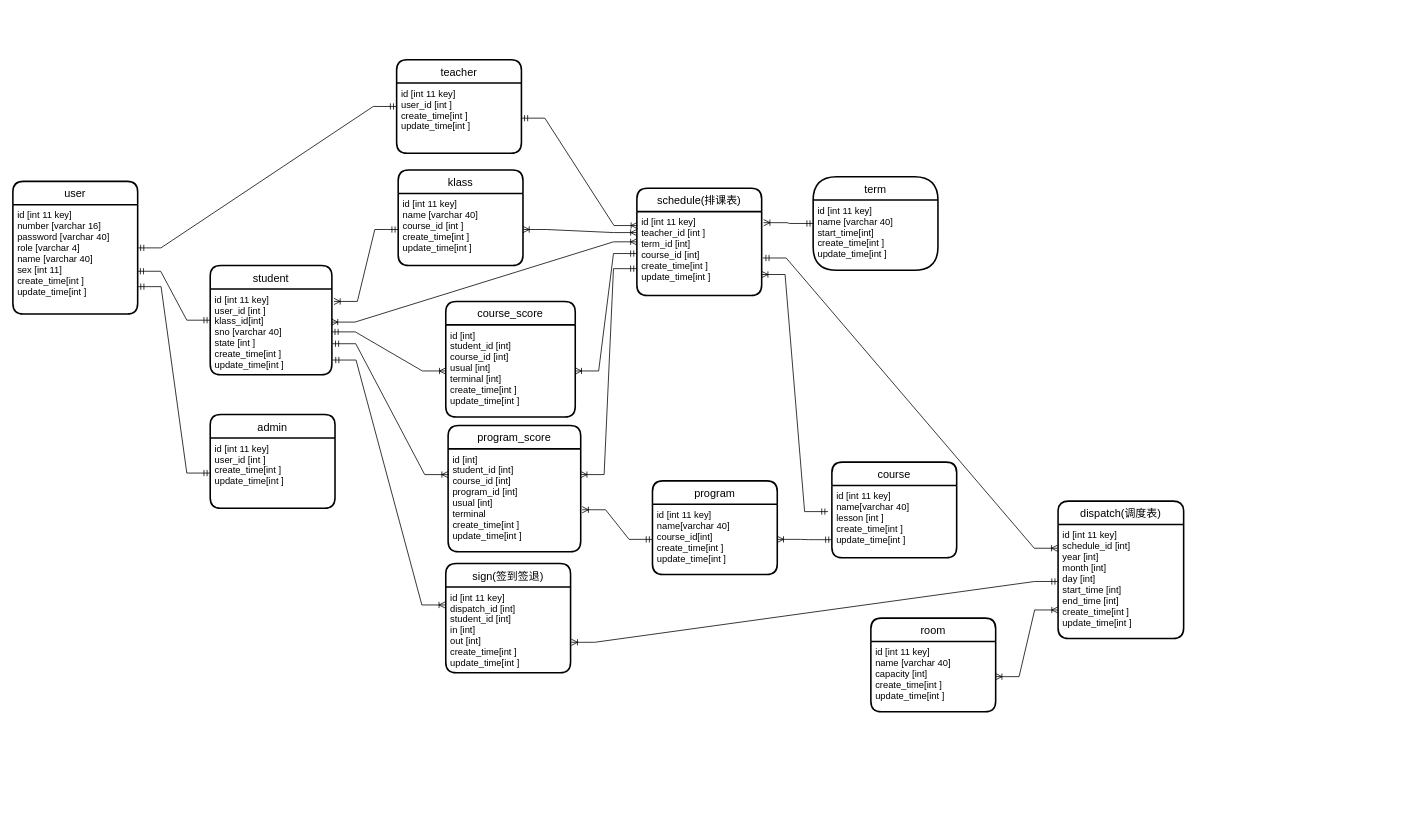
This is document/ER.drawio from mengyunzhi/sign-in-through-code-scanning, a draw.io file, before an edit. Source tidied: cells renumbered, new cells numbered last; positions are measured from the earlier drawing's top-left corner, leaving out a move shared by most shapes. Both pictures are drawn from the tidied source at 78%, with x=0, y=0 at pixel (12, 59).
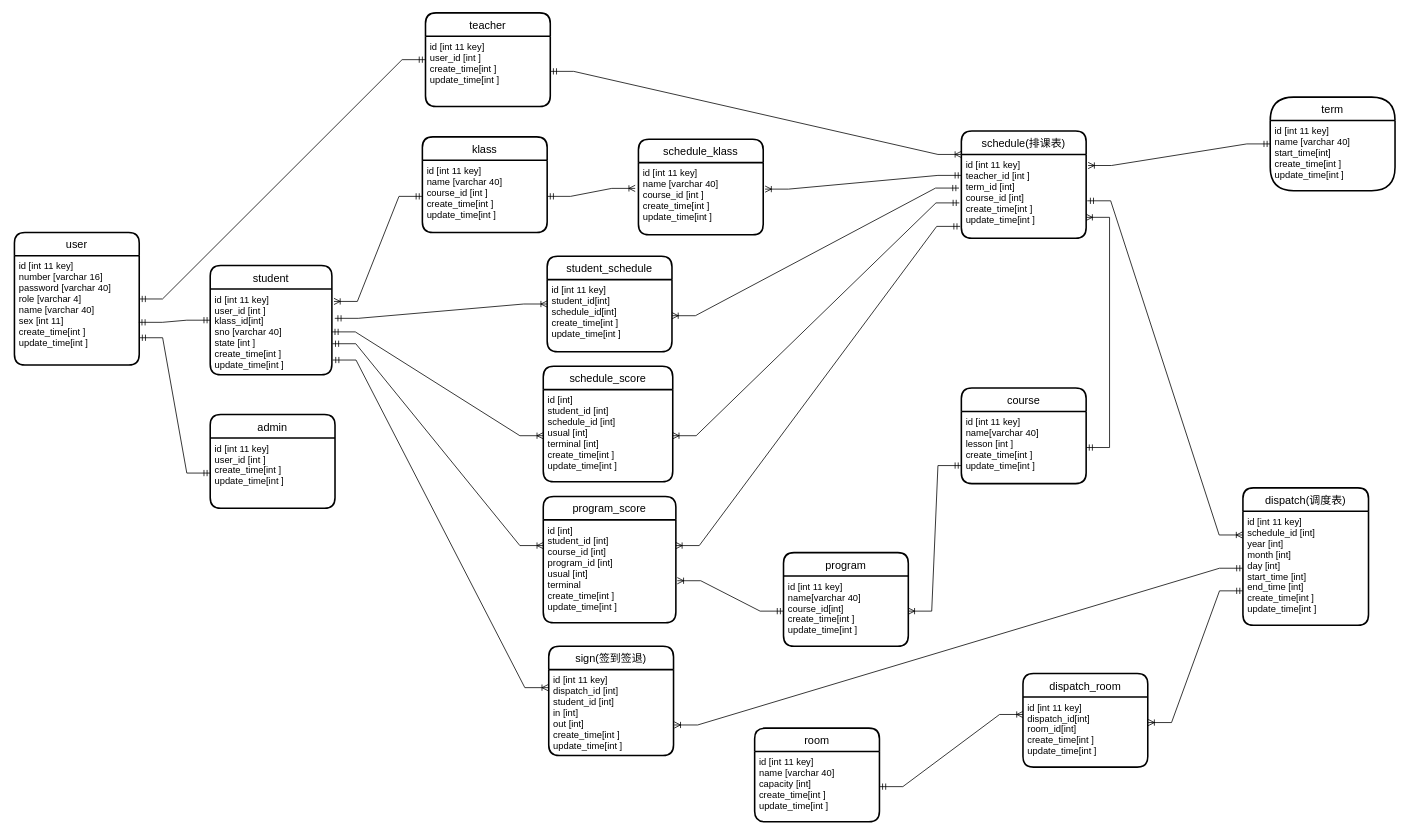
After the change.

Unchanged cells that the change refers to:
```xml
<mxCell id="5" value="id [int 11 key]&#10;name [varchar 40]&#10;course_id [int ]&#10;create_time[int ]&#10;update_time[int ]&#10;&#10;&#10;" style="align=left;strokeColor=none;fillColor=none;spacingLeft=4;fontSize=12;verticalAlign=top;" parent="4" vertex="1">
  <mxGeometry y="30" width="160" height="92.5" as="geometry" />
</mxCell>
<mxCell id="9" value="id [int 11 key]&#10;user_id [int ]&#10;create_time[int ]&#10;update_time[int ]&#10;&#10;&#10;" style="align=left;strokeColor=none;fillColor=none;spacingLeft=4;fontSize=12;verticalAlign=top;" parent="8" vertex="1">
  <mxGeometry y="30" width="160" height="90" as="geometry" />
</mxCell>
<mxCell id="11" value="id [int 11 key]&#10;name [varchar 40]&#10;capacity [int]&#10;create_time[int ]&#10;update_time[int ]&#10;&#10;&#10;" style="align=left;strokeColor=none;fillColor=none;spacingLeft=4;fontSize=12;verticalAlign=top;" parent="10" vertex="1">
  <mxGeometry y="30" width="160" height="90" as="geometry" />
</mxCell>
<mxCell id="13" value="id [int 11 key]&#10;user_id [int ]&#10;klass_id[int]&#10;sno [varchar 40]&#10;state [int ]&#10;create_time[int ]&#10;update_time[int ]&#10;&#10;&#10;" style="align=left;strokeColor=none;fillColor=none;spacingLeft=4;fontSize=12;verticalAlign=top;" parent="12" vertex="1">
  <mxGeometry y="30" width="156" height="110" as="geometry" />
</mxCell>
<mxCell id="17" value="id [int 11 key]&#10;teacher_id [int ]&#10;term_id [int]&#10;course_id [int]&#10;create_time[int ]&#10;update_time[int ]&#10;&#10;&#10;" style="align=left;strokeColor=none;fillColor=none;spacingLeft=4;fontSize=12;verticalAlign=top;" parent="16" vertex="1">
  <mxGeometry y="30" width="160" height="107.5" as="geometry" />
</mxCell>
<mxCell id="19" value="id [int 11 key]&#10;name[varchar 40]&#10;lesson [int ]&#10;create_time[int ]&#10;update_time[int ]&#10;&#10;&#10;" style="align=left;strokeColor=none;fillColor=none;spacingLeft=4;fontSize=12;verticalAlign=top;" parent="18" vertex="1">
  <mxGeometry y="30" width="160" height="92.5" as="geometry" />
</mxCell>
<mxCell id="21" value="id [int 11 key]&#10;schedule_id [int]&#10;year [int]&#10;month [int]&#10;day [int]&#10;start_time [int]&#10;end_time [int]&#10;create_time[int ]&#10;update_time[int ]" style="align=left;strokeColor=none;fillColor=none;spacingLeft=4;fontSize=12;verticalAlign=top;" parent="20" vertex="1">
  <mxGeometry y="30" width="161" height="146" as="geometry" />
</mxCell>
<mxCell id="36" value="id [int]&#10;student_id [int]&#10;course_id [int]&#10;program_id [int]&#10;usual [int]&#10;terminal&#10;create_time[int ]&#10;update_time[int ]&#10;" style="align=left;strokeColor=none;fillColor=none;spacingLeft=4;fontSize=12;verticalAlign=top;" parent="35" vertex="1">
  <mxGeometry y="30" width="170" height="131.8" as="geometry" />
</mxCell>
```

What changed in the source:
```diff
@@
     <mxCell id="2" value="user" style="swimlane;horizontal=1;startSize=30;rounded=1;fontSize=14;fontStyle=0;strokeWidth=2;shadow=0;dashed=0;align=center;" parent="1" vertex="1">
-      <mxGeometry y="156" width="160" height="170" as="geometry" />
+      <mxGeometry x="2" y="221.5" width="160" height="170" as="geometry" />
     </mxCell>
@@
     <mxCell id="4" value="klass" style="swimlane;horizontal=1;startSize=30;rounded=1;fontSize=14;fontStyle=0;strokeWidth=2;shadow=0;dashed=0;align=center;" parent="1" vertex="1">
-      <mxGeometry x="494" y="141.5" width="160" height="122.5" as="geometry" />
+      <mxGeometry x="525" y="99" width="160" height="122.5" as="geometry" />
     </mxCell>
@@
     <mxCell id="8" value="teacher" style="swimlane;horizontal=1;startSize=30;rounded=1;fontSize=14;fontStyle=0;strokeWidth=2;shadow=0;dashed=0;align=center;" parent="1" vertex="1">
-      <mxGeometry x="492" width="160" height="120" as="geometry" />
+      <mxGeometry x="529" y="-60" width="160" height="120" as="geometry" />
     </mxCell>
@@
     <mxCell id="10" value="room" style="swimlane;horizontal=1;startSize=30;rounded=1;fontSize=14;fontStyle=0;strokeWidth=2;shadow=0;dashed=0;align=center;" parent="1" vertex="1">
-      <mxGeometry x="1100" y="716" width="160" height="120" as="geometry" />
+      <mxGeometry x="951" y="857" width="160" height="120" as="geometry" />
     </mxCell>
@@
     <mxCell id="14" value="term" style="swimlane;horizontal=1;startSize=30;rounded=1;fontSize=14;fontStyle=0;strokeWidth=2;shadow=0;dashed=0;align=center;arcSize=50;" parent="1" vertex="1">
-      <mxGeometry x="1026" y="150" width="160" height="120" as="geometry" />
+      <mxGeometry x="1612" y="48" width="160" height="120" as="geometry" />
     </mxCell>
@@
     <mxCell id="16" value="schedule(排课表)" style="swimlane;horizontal=1;startSize=30;rounded=1;fontSize=14;fontStyle=0;strokeWidth=2;shadow=0;dashed=0;align=center;" parent="1" vertex="1">
-      <mxGeometry x="800" y="164.8" width="160" height="137.5" as="geometry" />
+      <mxGeometry x="1216" y="91.5" width="160" height="137.5" as="geometry" />
     </mxCell>
@@
     <mxCell id="18" value="course" style="swimlane;horizontal=1;startSize=30;rounded=1;fontSize=14;fontStyle=0;strokeWidth=2;shadow=0;dashed=0;align=center;" parent="1" vertex="1">
-      <mxGeometry x="1050" y="516" width="160" height="122.5" as="geometry" />
+      <mxGeometry x="1216" y="421" width="160" height="122.5" as="geometry" />
     </mxCell>
@@
     <mxCell id="20" value="dispatch(调度表)" style="swimlane;horizontal=1;startSize=30;rounded=1;fontSize=14;fontStyle=0;strokeWidth=2;shadow=0;dashed=0;align=center;" parent="1" vertex="1">
-      <mxGeometry x="1340" y="566" width="161" height="176" as="geometry" />
+      <mxGeometry x="1577" y="549" width="161" height="176" as="geometry" />
     </mxCell>
@@
     <mxCell id="25" value="program" style="swimlane;horizontal=1;startSize=30;rounded=1;fontSize=14;fontStyle=0;strokeWidth=2;shadow=0;dashed=0;align=center;" parent="1" vertex="1">
-      <mxGeometry x="820" y="540" width="160" height="120" as="geometry" />
+      <mxGeometry x="988" y="632" width="160" height="120" as="geometry" />
     </mxCell>
@@
-    <mxCell id="27" value="course_score" style="swimlane;horizontal=1;startSize=30;rounded=1;fontSize=14;fontStyle=0;strokeWidth=2;shadow=0;dashed=0;align=center;" parent="1" vertex="1">
-      <mxGeometry x="555" y="310" width="166" height="148.2" as="geometry" />
+    <mxCell id="27" value="schedule_score" style="swimlane;horizontal=1;startSize=30;rounded=1;fontSize=14;fontStyle=0;strokeWidth=2;shadow=0;dashed=0;align=center;" parent="1" vertex="1">
+      <mxGeometry x="680" y="393" width="166" height="148.2" as="geometry" />
     </mxCell>
-    <mxCell id="28" value="id [int]&#10;student_id [int]&#10;course_id [int]&#10;usual [int]&#10;terminal [int]&#10;create_time[int ]&#10;update_time[int ]&#10;" style="align=left;strokeColor=none;fillColor=none;spacingLeft=4;fontSize=12;verticalAlign=top;" parent="27" vertex="1">
+    <mxCell id="28" value="id [int]&#10;student_id [int]&#10;schedule_id [int]&#10;usual [int]&#10;terminal [int]&#10;create_time[int ]&#10;update_time[int ]&#10;" style="align=left;strokeColor=none;fillColor=none;spacingLeft=4;fontSize=12;verticalAlign=top;" parent="27" vertex="1">
       <mxGeometry y="30" width="166" height="118.2" as="geometry" />
     </mxCell>
-    <mxCell id="29" style="edgeStyle=entityRelationEdgeStyle;fontSize=12;html=1;endArrow=ERoneToMany;startArrow=ERmandOne;rounded=0;exitX=1;exitY=0.5;exitDx=0;exitDy=0;entryX=0.004;entryY=0.166;entryDx=0;entryDy=0;entryPerimeter=0;" parent="1" edge="1" source="9" target="17">
+    <mxCell id="29" style="edgeStyle=entityRelationEdgeStyle;fontSize=12;html=1;endArrow=ERoneToMany;startArrow=ERmandOne;rounded=0;entryX=0;entryY=0;entryDx=0;entryDy=0;" parent="1" edge="1" source="9" target="17">
       <mxGeometry relative="1" as="geometry" />
     </mxCell>
-    <mxCell id="30" style="edgeStyle=entityRelationEdgeStyle;fontSize=12;html=1;endArrow=ERoneToMany;startArrow=ERoneToMany;rounded=0;exitX=0.997;exitY=0.386;exitDx=0;exitDy=0;exitPerimeter=0;entryX=0;entryY=0.5;entryDx=0;entryDy=0;" parent="1" edge="1" source="13" target="16">
-      <mxGeometry relative="1" as="geometry" />
-    </mxCell>
@@
-    <mxCell id="32" style="edgeStyle=entityRelationEdgeStyle;fontSize=12;html=1;endArrow=ERoneToMany;startArrow=ERoneToMany;rounded=0;entryX=1;entryY=0.5;entryDx=0;entryDy=0;exitX=0;exitY=0.25;exitDx=0;exitDy=0;" parent="1" edge="1" source="17" target="5">
-      <mxGeometry relative="1" as="geometry" />
-    </mxCell>
@@
-    <mxCell id="34" style="edgeStyle=entityRelationEdgeStyle;fontSize=12;html=1;endArrow=ERoneToMany;startArrow=ERmandOne;rounded=0;exitX=0;exitY=0.5;exitDx=0;exitDy=0;entryX=1;entryY=0.5;entryDx=0;entryDy=0;" parent="1" edge="1" source="17" target="28">
+    <mxCell id="34" style="edgeStyle=entityRelationEdgeStyle;fontSize=12;html=1;endArrow=ERoneToMany;startArrow=ERmandOne;rounded=0;exitX=-0.016;exitY=0.578;exitDx=0;exitDy=0;entryX=1;entryY=0.5;entryDx=0;entryDy=0;exitPerimeter=0;" parent="1" edge="1" source="17" target="28">
       <mxGeometry relative="1" as="geometry" />
     </mxCell>
     <mxCell id="35" value="program_score" style="swimlane;horizontal=1;startSize=30;rounded=1;fontSize=14;fontStyle=0;strokeWidth=2;shadow=0;dashed=0;align=center;" parent="1" vertex="1">
-      <mxGeometry x="558" y="469" width="170" height="161.8" as="geometry" />
+      <mxGeometry x="680" y="560" width="170" height="161.8" as="geometry" />
     </mxCell>
@@
-    <mxCell id="39" style="edgeStyle=entityRelationEdgeStyle;fontSize=12;html=1;endArrow=ERoneToMany;startArrow=ERmandOne;rounded=0;exitX=-0.031;exitY=0.361;exitDx=0;exitDy=0;entryX=1;entryY=0.75;entryDx=0;entryDy=0;exitPerimeter=0;" parent="1" edge="1" source="19" target="17">
+    <mxCell id="39" style="edgeStyle=entityRelationEdgeStyle;fontSize=12;html=1;endArrow=ERoneToMany;startArrow=ERmandOne;rounded=0;entryX=1;entryY=0.75;entryDx=0;entryDy=0;exitX=1;exitY=0.5;exitDx=0;exitDy=0;" parent="1" edge="1" source="19" target="17">
       <mxGeometry relative="1" as="geometry" />
     </mxCell>
-    <mxCell id="40" style="edgeStyle=entityRelationEdgeStyle;fontSize=12;html=1;endArrow=ERoneToMany;startArrow=ERoneToMany;rounded=0;entryX=1;entryY=0.5;entryDx=0;entryDy=0;exitX=0;exitY=0.75;exitDx=0;exitDy=0;" parent="1" edge="1" source="21" target="11">
-      <mxGeometry relative="1" as="geometry" />
-    </mxCell>
@@
-    <mxCell id="42" style="edgeStyle=entityRelationEdgeStyle;fontSize=12;html=1;endArrow=ERoneToMany;startArrow=ERmandOne;rounded=0;exitX=0;exitY=0.75;exitDx=0;exitDy=0;entryX=1;entryY=0.25;entryDx=0;entryDy=0;" parent="1" edge="1" source="16" target="36">
+    <mxCell id="42" style="edgeStyle=entityRelationEdgeStyle;fontSize=12;html=1;endArrow=ERoneToMany;startArrow=ERmandOne;rounded=0;exitX=-0.01;exitY=0.858;exitDx=0;exitDy=0;entryX=1;entryY=0.25;entryDx=0;entryDy=0;exitPerimeter=0;" parent="1" edge="1" source="17" target="36">
       <mxGeometry relative="1" as="geometry" />
     </mxCell>
     <mxCell id="43" value="sign(签到签退)" style="swimlane;horizontal=1;startSize=30;rounded=1;fontSize=14;fontStyle=0;strokeWidth=2;shadow=0;dashed=0;align=center;" parent="1" vertex="1">
-      <mxGeometry x="555" y="646" width="160" height="140" as="geometry" />
+      <mxGeometry x="687" y="752" width="160" height="140" as="geometry" />
     </mxCell>
@@
+    <mxCell id="49" value="dispatch_room" style="swimlane;horizontal=1;startSize=30;rounded=1;fontSize=14;fontStyle=0;strokeWidth=2;shadow=0;dashed=0;align=center;" parent="1" vertex="1">
+      <mxGeometry x="1295" y="787" width="160" height="120" as="geometry" />
+    </mxCell>
+    <mxCell id="50" value="id [int 11 key]&#10;dispatch_id[int]&#10;room_id[int]&#10;create_time[int ]&#10;update_time[int ]&#10;&#10;&#10;" style="align=left;strokeColor=none;fillColor=none;spacingLeft=4;fontSize=12;verticalAlign=top;" parent="49" vertex="1">
+      <mxGeometry y="30" width="160" height="90" as="geometry" />
+    </mxCell>
+    <mxCell id="51" style="edgeStyle=entityRelationEdgeStyle;fontSize=12;html=1;endArrow=ERoneToMany;startArrow=ERmandOne;rounded=0;entryX=0;entryY=0.25;entryDx=0;entryDy=0;" parent="1" edge="1" source="11" target="50">
+      <mxGeometry relative="1" as="geometry" />
+    </mxCell>
+    <mxCell id="52" style="edgeStyle=entityRelationEdgeStyle;fontSize=12;html=1;endArrow=ERoneToMany;startArrow=ERmandOne;rounded=0;entryX=1.003;entryY=0.365;entryDx=0;entryDy=0;exitX=0;exitY=0.75;exitDx=0;exitDy=0;entryPerimeter=0;" parent="1" edge="1" source="20" target="50">
+      <mxGeometry relative="1" as="geometry" />
+    </mxCell>
+    <mxCell id="53" value="student_schedule" style="swimlane;horizontal=1;startSize=30;rounded=1;fontSize=14;fontStyle=0;strokeWidth=2;shadow=0;dashed=0;align=center;" parent="1" vertex="1">
+      <mxGeometry x="685" y="252" width="160" height="122.5" as="geometry" />
+    </mxCell>
+    <mxCell id="54" value="id [int 11 key]&#10;student_id[int]&#10;schedule_id[int]&#10;create_time[int ]&#10;update_time[int ]&#10;&#10;&#10;" style="align=left;strokeColor=none;fillColor=none;spacingLeft=4;fontSize=12;verticalAlign=top;" parent="53" vertex="1">
+      <mxGeometry y="30" width="160" height="92.5" as="geometry" />
+    </mxCell>
+    <mxCell id="55" style="edgeStyle=entityRelationEdgeStyle;fontSize=12;html=1;endArrow=ERoneToMany;startArrow=ERmandOne;rounded=0;exitX=1.024;exitY=0.342;exitDx=0;exitDy=0;exitPerimeter=0;entryX=0;entryY=0.5;entryDx=0;entryDy=0;" parent="1" edge="1" source="13" target="53">
+      <mxGeometry relative="1" as="geometry" />
+    </mxCell>
+    <mxCell id="56" style="edgeStyle=entityRelationEdgeStyle;fontSize=12;html=1;endArrow=ERoneToMany;startArrow=ERmandOne;rounded=0;exitX=-0.019;exitY=0.401;exitDx=0;exitDy=0;exitPerimeter=0;entryX=1;entryY=0.5;entryDx=0;entryDy=0;" parent="1" edge="1" source="17" target="54">
+      <mxGeometry relative="1" as="geometry" />
+    </mxCell>
+    <mxCell id="57" value="schedule_klass" style="swimlane;horizontal=1;startSize=30;rounded=1;fontSize=14;fontStyle=0;strokeWidth=2;shadow=0;dashed=0;align=center;" parent="1" vertex="1">
+      <mxGeometry x="802" y="102" width="160" height="122.5" as="geometry" />
+    </mxCell>
+    <mxCell id="58" value="id [int 11 key]&#10;name [varchar 40]&#10;course_id [int ]&#10;create_time[int ]&#10;update_time[int ]&#10;&#10;&#10;" style="align=left;strokeColor=none;fillColor=none;spacingLeft=4;fontSize=12;verticalAlign=top;" parent="57" vertex="1">
+      <mxGeometry y="30" width="160" height="92.5" as="geometry" />
+    </mxCell>
+    <mxCell id="59" style="edgeStyle=entityRelationEdgeStyle;fontSize=12;html=1;endArrow=ERoneToMany;startArrow=ERmandOne;rounded=0;exitX=1;exitY=0.5;exitDx=0;exitDy=0;entryX=-0.026;entryY=0.357;entryDx=0;entryDy=0;entryPerimeter=0;" parent="1" edge="1" source="5" target="58">
+      <mxGeometry relative="1" as="geometry" />
+    </mxCell>
+    <mxCell id="60" style="edgeStyle=entityRelationEdgeStyle;fontSize=12;html=1;endArrow=ERoneToMany;startArrow=ERmandOne;rounded=0;exitX=0;exitY=0.25;exitDx=0;exitDy=0;entryX=1.015;entryY=0.367;entryDx=0;entryDy=0;entryPerimeter=0;" parent="1" edge="1" source="17" target="58">
+      <mxGeometry relative="1" as="geometry" />
+    </mxCell>
```
